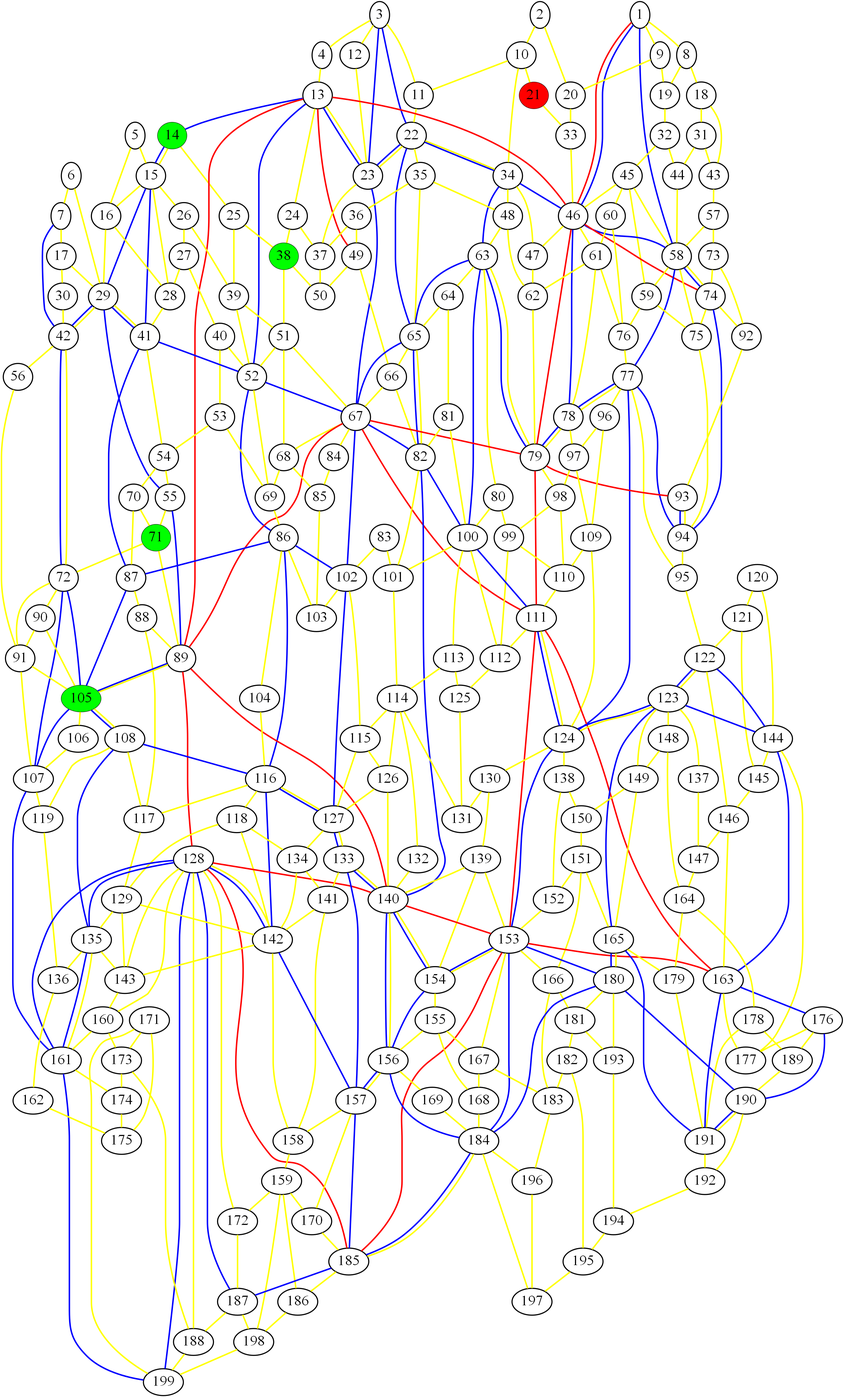
Above: graph_6.png in ed-churchill/complex-systems-project (Graphviz), before the change. Its source is kept beside it as graph_6.gv.
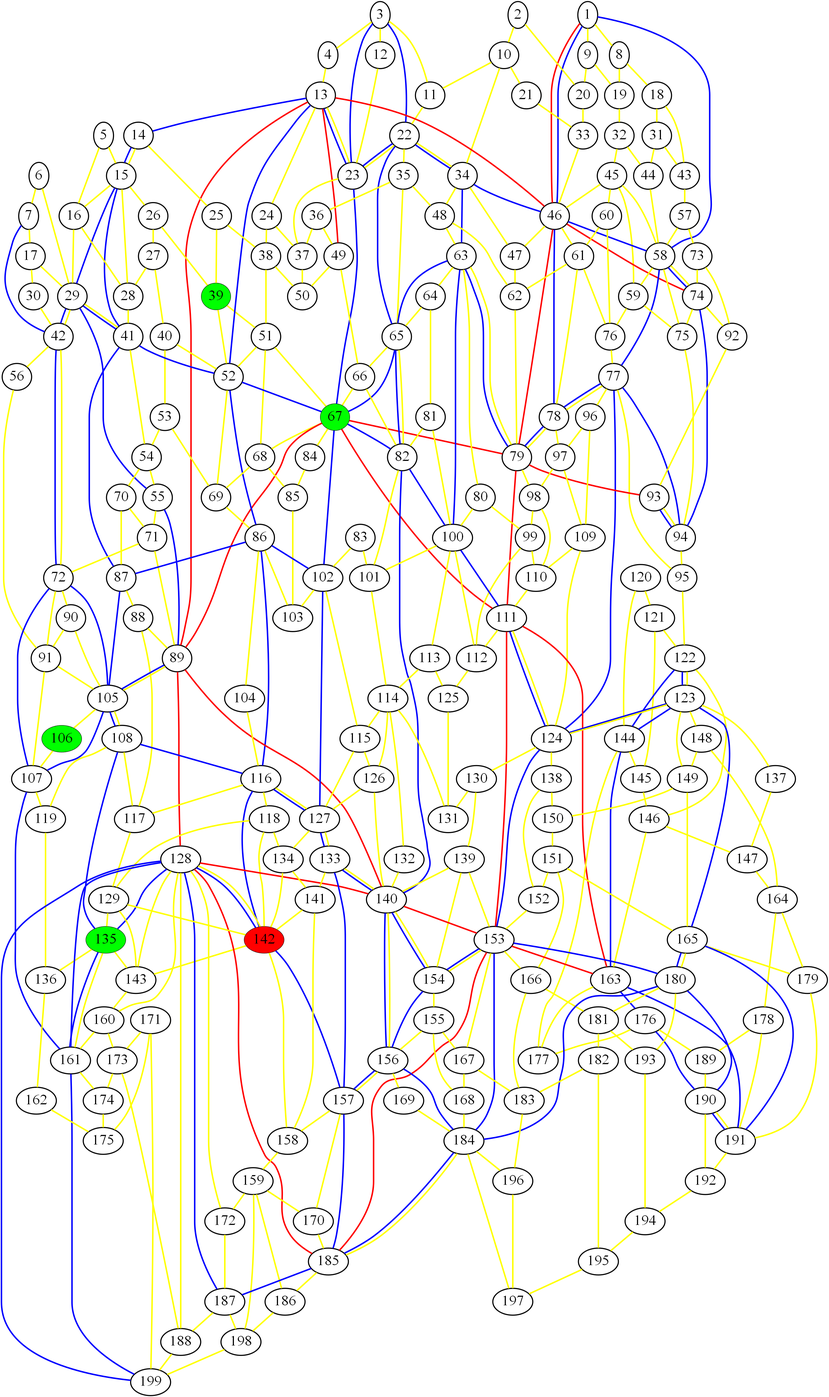
Above is the later version.

Change to the diagram source:
```diff
@@ -1,9 +1,9 @@
 graph london_graph {
-21 [fillcolor=red, fontsize=40, pendwidth=3, style=filled];
-105 [fillcolor=green, fontsize=40, pendwidth=3, style=filled];
-14 [fillcolor=green, fontsize=40, pendwidth=3, style=filled];
-71 [fillcolor=green, fontsize=40, pendwidth=3, style=filled];
-38 [fillcolor=green, fontsize=40, pendwidth=3, style=filled];
+142 [fillcolor=red, fontsize=40, pendwidth=3, style=filled];
+135 [fillcolor=green, fontsize=40, pendwidth=3, style=filled];
+39 [fillcolor=green, fontsize=40, pendwidth=3, style=filled];
+67 [fillcolor=green, fontsize=40, pendwidth=3, style=filled];
+106 [fillcolor=green, fontsize=40, pendwidth=3, style=filled];
 1 [fontsize=40, penwidth=3];
 2 [fontsize=40, penwidth=3];
 3 [fontsize=40, penwidth=3];
@@ -17,12 +17,14 @@
 11 [fontsize=40, penwidth=3];
 12 [fontsize=40, penwidth=3];
 13 [fontsize=40, penwidth=3];
+14 [fontsize=40, penwidth=3];
 15 [fontsize=40, penwidth=3];
 16 [fontsize=40, penwidth=3];
 17 [fontsize=40, penwidth=3];
 18 [fontsize=40, penwidth=3];
 19 [fontsize=40, penwidth=3];
 20 [fontsize=40, penwidth=3];
+21 [fontsize=40, penwidth=3];
 22 [fontsize=40, penwidth=3];
 23 [fontsize=40, penwidth=3];
 24 [fontsize=40, penwidth=3];
@@ -39,7 +41,7 @@
 35 [fontsize=40, penwidth=3];
 36 [fontsize=40, penwidth=3];
 37 [fontsize=40, penwidth=3];
-39 [fontsize=40, penwidth=3];
+38 [fontsize=40, penwidth=3];
 40 [fontsize=40, penwidth=3];
 41 [fontsize=40, penwidth=3];
 42 [fontsize=40, penwidth=3];
@@ -67,10 +69,10 @@
 64 [fontsize=40, penwidth=3];
 65 [fontsize=40, penwidth=3];
 66 [fontsize=40, penwidth=3];
-67 [fontsize=40, penwidth=3];
 68 [fontsize=40, penwidth=3];
 69 [fontsize=40, penwidth=3];
 70 [fontsize=40, penwidth=3];
+71 [fontsize=40, penwidth=3];
 72 [fontsize=40, penwidth=3];
 73 [fontsize=40, penwidth=3];
 74 [fontsize=40, penwidth=3];
@@ -104,7 +106,7 @@
 102 [fontsize=40, penwidth=3];
 103 [fontsize=40, penwidth=3];
 104 [fontsize=40, penwidth=3];
-106 [fontsize=40, penwidth=3];
+105 [fontsize=40, penwidth=3];
 107 [fontsize=40, penwidth=3];
 108 [fontsize=40, penwidth=3];
 109 [fontsize=40, penwidth=3];
@@ -133,14 +135,12 @@
 132 [fontsize=40, penwidth=3];
 133 [fontsize=40, penwidth=3];
 134 [fontsize=40, penwidth=3];
-135 [fontsize=40, penwidth=3];
 136 [fontsize=40, penwidth=3];
 137 [fontsize=40, penwidth=3];
 138 [fontsize=40, penwidth=3];
 139 [fontsize=40, penwidth=3];
 140 [fontsize=40, penwidth=3];
 141 [fontsize=40, penwidth=3];
-142 [fontsize=40, penwidth=3];
 143 [fontsize=40, penwidth=3];
 144 [fontsize=40, penwidth=3];
 145 [fontsize=40, penwidth=3];
```
